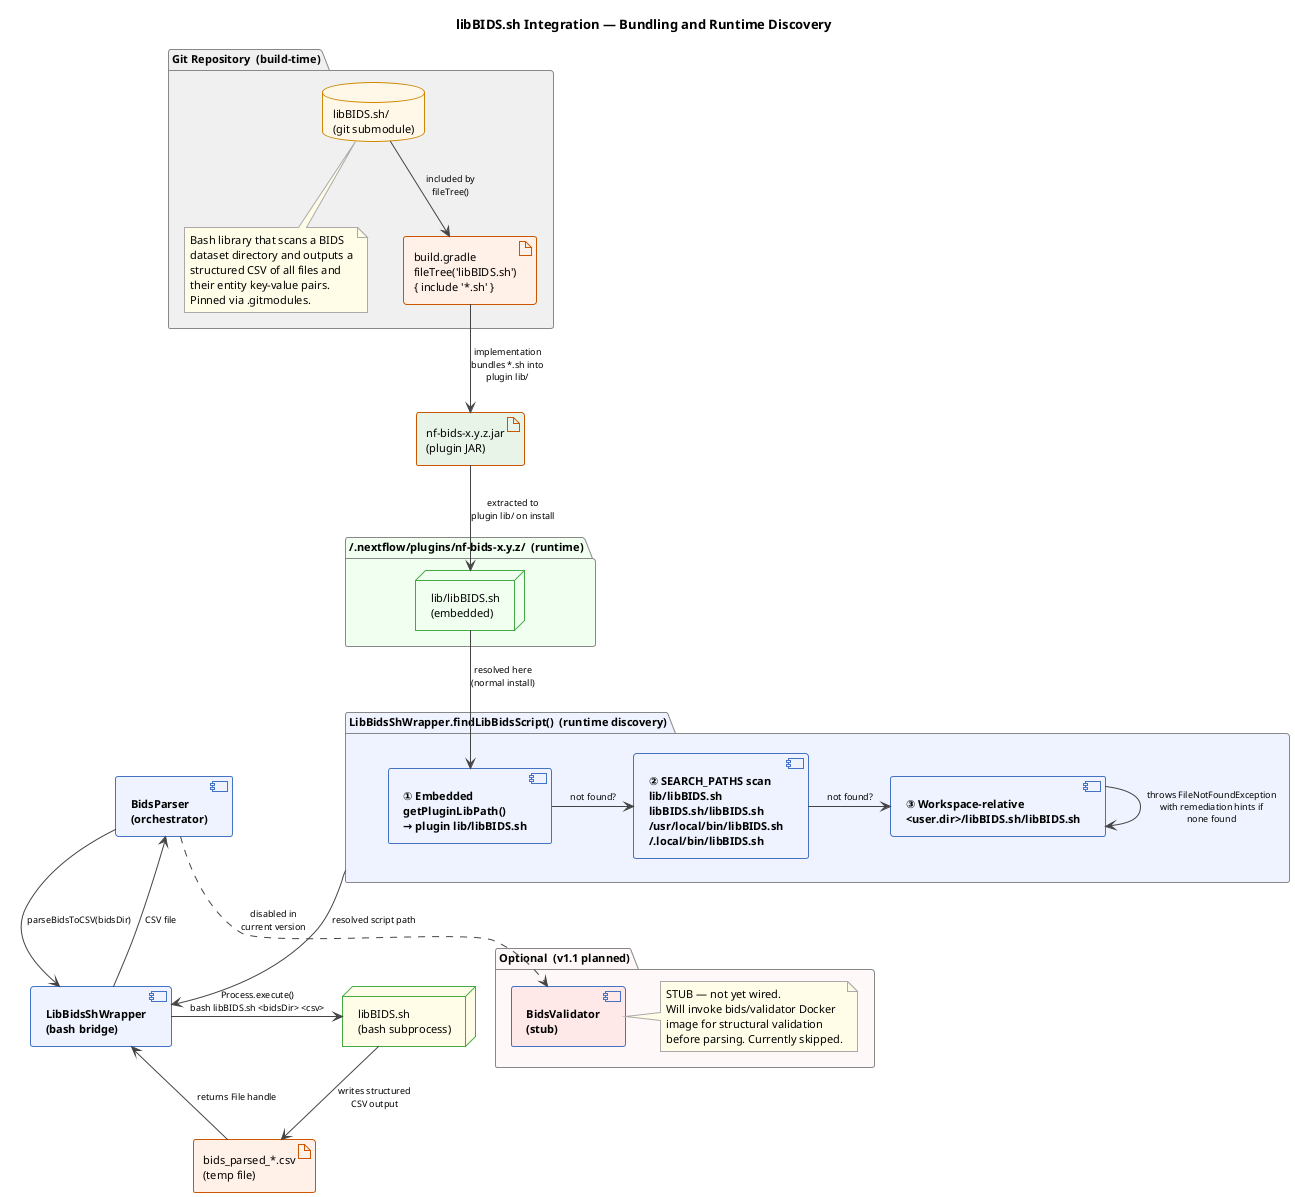
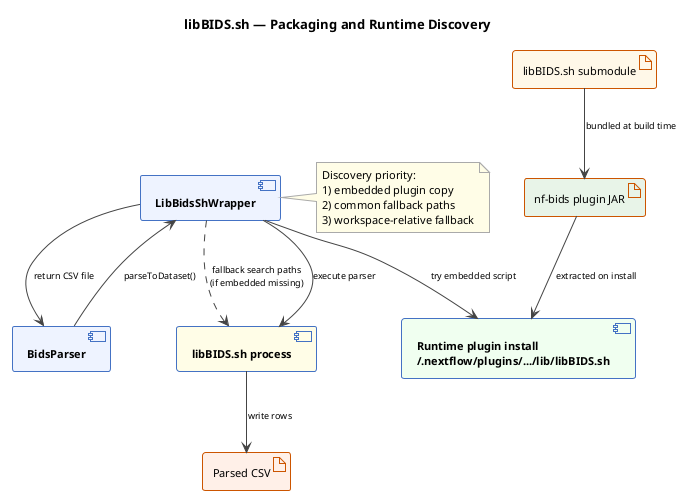
@startuml libbids-integration
!theme plain
skinparam shadowing false
skinparam defaultFontName SansSerif
skinparam defaultFontSize 11
skinparam componentBackgroundColor #EEF3FF
skinparam componentBorderColor #4472C4
skinparam componentFontStyle bold
- skinparam databaseBackgroundColor #FFF8E8
- skinparam databaseBorderColor #CC8800
- skinparam nodeBackgroundColor #F0FFF0
- skinparam nodeBorderColor #44AA44
skinparam artifactBackgroundColor #FFF0E8
skinparam artifactBorderColor #CC5500
skinparam packageBackgroundColor #F8F8F8
skinparam packageBorderColor #888888
skinparam noteBackgroundColor #FFFDE7
skinparam noteBorderColor #AAAAAA
skinparam arrowColor #444444
skinparam arrowFontSize 9
skinparam TitleFontSize 13

- title libBIDS.sh Integration — Bundling and Runtime Discovery
+ title libBIDS.sh — Packaging and Runtime Discovery

- ' ── Repository / Build-time ──────────────────────────────────────────────
- package "Git Repository  (build-time)" as repo #F0F0F0 {
+ artifact "libBIDS.sh submodule" as submodule #FFF8E8
+ artifact "nf-bids plugin JAR" as jar #E8F4E8
+ component "Runtime plugin install\n~/.nextflow/plugins/.../lib/libBIDS.sh" as installed #F0FFF0

-   database "libBIDS.sh/\n(git submodule)" as submodule #FFF8E8
-   note bottom of submodule
-     Bash library that scans a BIDS
-     dataset directory and outputs a
-     structured CSV of all files and
-     their entity key-value pairs.
-     Pinned via .gitmodules.
-   end note
+ component "BidsParser" as parser
+ component "LibBidsShWrapper" as wrapper
+ component "libBIDS.sh process" as script #FFFDE7
+ artifact "Parsed CSV" as csv #FFF0E8

-   artifact "build.gradle\nfileTree('libBIDS.sh')\n{ include '*.sh' }" as gradle #FFF0E8
- }
+ submodule --> jar : bundled at build time
+ jar --> installed : extracted on install

- submodule --> gradle : included by\nfileTree()
+ parser --> wrapper : parseToDataset()
+ wrapper --> installed : try embedded script
+ wrapper ..> script : fallback search paths\n(if embedded missing)
+ wrapper --> script : execute parser
+ script --> csv : write rows
+ wrapper --> parser : return CSV file

- artifact "nf-bids-x.y.z.jar\n(plugin JAR)" as jar #E8F4E8
- gradle --> jar : implementation\nbundles *.sh into\nplugin lib/
- 
- ' ── Runtime installed plugin ─────────────────────────────────────────────
- package "~/.nextflow/plugins/nf-bids-x.y.z/  (runtime)" as installed #F0FFF0 {
-   node "lib/libBIDS.sh\n(embedded)" as embedded #F0FFF0
- }
- 
- jar --> embedded : extracted to\nplugin lib/ on install
- 
- ' ── Runtime discovery chain ──────────────────────────────────────────────
- package "LibBidsShWrapper.findLibBidsScript()  (runtime discovery)" as discovery #EEF3FF {
- 
-   component "① Embedded\ngetPluginLibPath()\n→ plugin lib/libBIDS.sh" as step1 #EEF3FF
-   component "② SEARCH_PATHS scan\nlib/libBIDS.sh\nlibBIDS.sh/libBIDS.sh\n/usr/local/bin/libBIDS.sh\n~/.local/bin/libBIDS.sh" as step2 #EEF3FF
-   component "③ Workspace-relative\n<user.dir>/libBIDS.sh/libBIDS.sh" as step3 #EEF3FF
- 
-   step1 -right-> step2 : not found?
-   step2 -right-> step3 : not found?
- }
- 
- embedded   --> step1 : resolved here\n(normal install)
- step3 -down-> step3 : throws FileNotFoundException\nwith remediation hints if\nnone found
- 
- ' ── Execution ────────────────────────────────────────────────────────────
- component "BidsParser\n(orchestrator)" as bidsparser #EEF3FF
- component "LibBidsShWrapper\n(bash bridge)" as wrapper #EEF3FF
- node "libBIDS.sh\n(bash subprocess)" as bashscript #FFFDE7
- artifact "bids_parsed_*.csv\n(temp file)" as csv #FFF0E8
- 
- discovery --> wrapper : resolved script path
- 
- bidsparser --> wrapper : parseBidsToCSV(bidsDir)
- wrapper -> bashscript : Process.execute()\nbash libBIDS.sh <bidsDir> <csv>
- bashscript --> csv : writes structured\nCSV output
- wrapper <-- csv : returns File handle
- bidsparser <-- wrapper : CSV file
- 
- ' ── Optional validator (future) ──────────────────────────────────────────
- package "Optional  (v1.1 planned)" as opt #FFF8F8 {
-   component "BidsValidator\n(stub)" as validator #FFE8E8
-   note right of validator
-     STUB — not yet wired.
-     Will invoke bids/validator Docker
-     image for structural validation
-     before parsing. Currently skipped.
-   end note
- }
- 
- bidsparser ..> validator : disabled in\ncurrent version
+ note right of wrapper
+ Discovery priority:
+ 1) embedded plugin copy
+ 2) common fallback paths
+ 3) workspace-relative fallback
+ end note

@enduml
